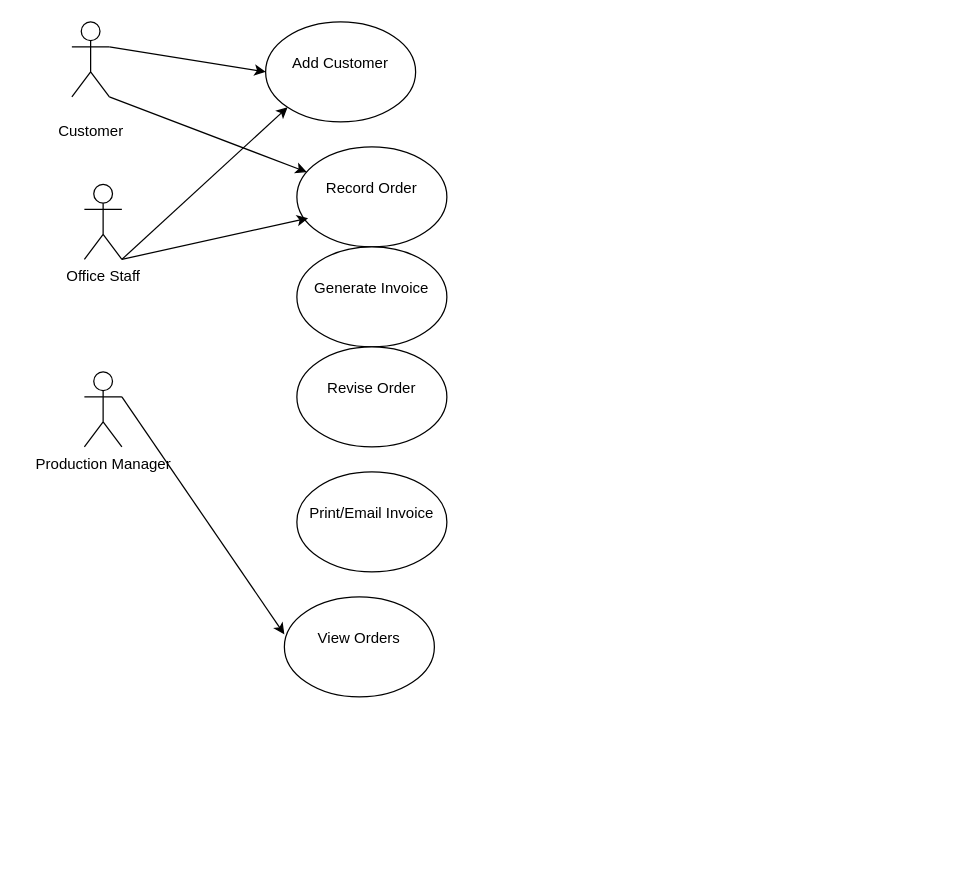
Above: Test_24042025.drawio in NgoAnhThanThien/thanthien123 (draw.io), before the change. Source tidied: cells renumbered, new cells numbered last; positions are measured from the earlier drawing's top-left corner, leaving out a move shared by most shapes. Both pictures are drawn from the tidied source at 125%, with x=0, y=0 at pixel (71, 21).
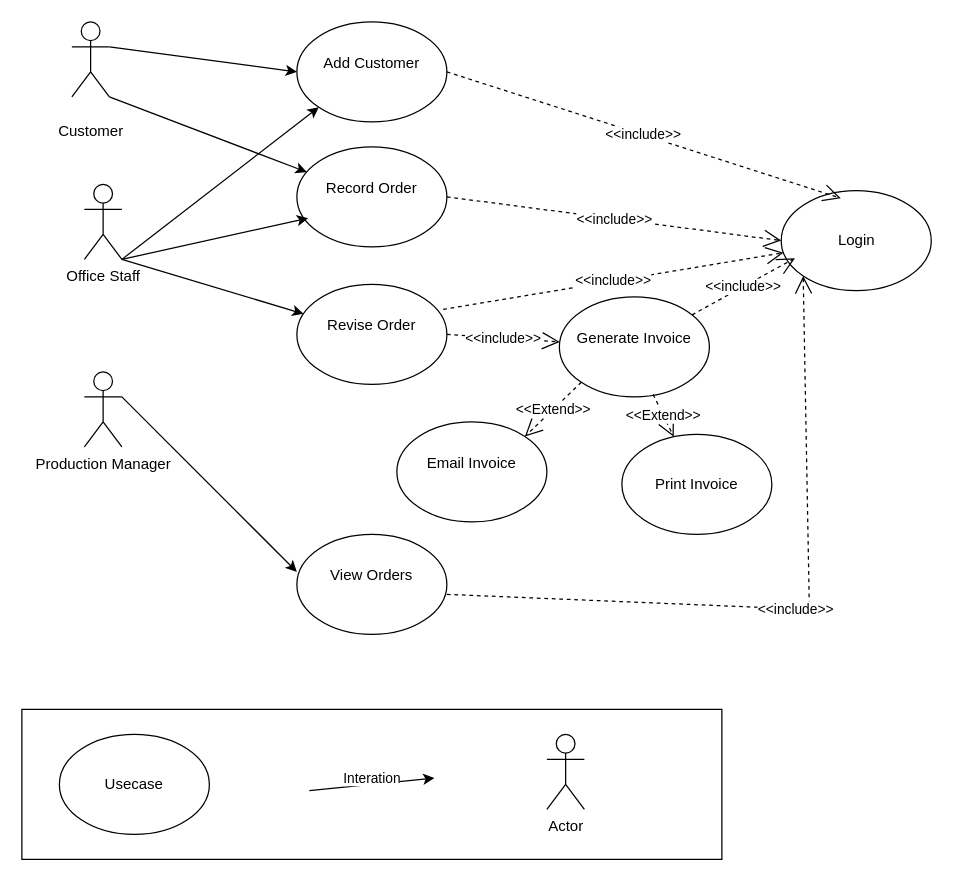
After the change.

Unchanged cells that the change refers to:
```xml
<mxCell id="3" value="Office Staff" style="shape=umlActor;verticalLabelPosition=bottom;verticalAlign=top;html=1;outlineConnect=0;" parent="1" vertex="1">
  <mxGeometry x="10" y="130" width="30" height="60" as="geometry" />
</mxCell>
<mxCell id="6" value="&#10;Record Order&#10;&#10;" style="ellipse;whiteSpace=wrap;html=1;" parent="1" vertex="1">
  <mxGeometry x="180" y="100" width="120" height="80" as="geometry" />
</mxCell>
```

The edit, as a diff of the source:
```diff
@@
     <mxCell id="5" value="&#10;Add Customer&#10;&#10;" style="ellipse;whiteSpace=wrap;html=1;" parent="1" vertex="1">
-      <mxGeometry x="155" width="120" height="80" as="geometry" />
+      <mxGeometry x="180" width="120" height="80" as="geometry" />
     </mxCell>
@@
     <mxCell id="7" value="&#10;Generate Invoice&#10;&#10;" style="ellipse;whiteSpace=wrap;html=1;" parent="1" vertex="1">
-      <mxGeometry x="180" y="180" width="120" height="80" as="geometry" />
+      <mxGeometry x="390" y="220" width="120" height="80" as="geometry" />
     </mxCell>
     <mxCell id="8" value="&#10;Revise Order&#10;&#10;" style="ellipse;whiteSpace=wrap;html=1;" parent="1" vertex="1">
-      <mxGeometry x="180" y="260" width="120" height="80" as="geometry" />
+      <mxGeometry x="180" y="210" width="120" height="80" as="geometry" />
     </mxCell>
-    <mxCell id="9" value="&#10;Print/Email Invoice&#10;&#10;" style="ellipse;whiteSpace=wrap;html=1;" parent="1" vertex="1">
-      <mxGeometry x="180" y="360" width="120" height="80" as="geometry" />
-    </mxCell>
     <mxCell id="10" value="&#10;View Orders&#10;&#10;" style="ellipse;whiteSpace=wrap;html=1;" parent="1" vertex="1">
-      <mxGeometry x="170" y="460" width="120" height="80" as="geometry" />
+      <mxGeometry x="180" y="410" width="120" height="80" as="geometry" />
     </mxCell>
@@
+    <mxCell id="16" style="endArrow=classic;html=1;rounded=0;exitX=1;exitY=1;exitDx=0;exitDy=0;exitPerimeter=0;" parent="1" edge="1" source="3" target="8">
+      <mxGeometry relative="1" as="geometry" />
+    </mxCell>
+    <mxCell id="17" value="&amp;lt;&amp;lt;include&amp;gt;&amp;gt;" style="endArrow=open;endSize=12;dashed=1;html=1;rounded=0;exitX=1;exitY=0.5;exitDx=0;exitDy=0;" parent="1" edge="1" source="8" target="7">
+      <mxGeometry relative="1" as="geometry" />
+    </mxCell>
+    <mxCell id="18" style="rounded=0;whiteSpace=wrap;html=1;" parent="1" vertex="1">
+      <mxGeometry x="-40" y="550" width="560" height="120" as="geometry" />
+    </mxCell>
+    <mxCell id="19" value="Usecase" style="ellipse;whiteSpace=wrap;html=1;" parent="1" vertex="1">
+      <mxGeometry x="-10" y="570" width="120" height="80" as="geometry" />
+    </mxCell>
+    <mxCell id="20" value="Interation" style="endArrow=classic;html=1;rounded=0;entryX=0.643;entryY=0.667;entryDx=0;entryDy=0;entryPerimeter=0;" parent="1" edge="1">
+      <mxGeometry x="0.01" y="5" relative="1" as="geometry">
+        <mxPoint x="190" y="615" as="sourcePoint" />
+        <mxPoint x="290" y="605" as="targetPoint" />
+      </mxGeometry>
+    </mxCell>
+    <mxCell id="21" value="Email Invoice&lt;div&gt;&lt;br/&gt;&lt;/div&gt;" style="ellipse;whiteSpace=wrap;html=1;" parent="1" vertex="1">
+      <mxGeometry x="260" y="320" width="120" height="80" as="geometry" />
+    </mxCell>
+    <mxCell id="22" value="&lt;br&gt;Print Invoice&lt;div&gt;&lt;br/&gt;&lt;/div&gt;" style="ellipse;whiteSpace=wrap;html=1;" parent="1" vertex="1">
+      <mxGeometry x="440" y="330" width="120" height="80" as="geometry" />
+    </mxCell>
+    <mxCell id="23" value="&amp;lt;&amp;lt;Extend&amp;gt;&amp;gt;" style="endArrow=open;endSize=12;dashed=1;html=1;rounded=0;exitX=0.625;exitY=0.975;exitDx=0;exitDy=0;exitPerimeter=0;" parent="1" edge="1" source="7" target="22">
+      <mxGeometry relative="1" as="geometry" />
+    </mxCell>
+    <mxCell id="24" value="&amp;lt;&amp;lt;Extend&amp;gt;&amp;gt;" style="endArrow=open;endSize=12;dashed=1;html=1;rounded=0;exitX=0;exitY=1;exitDx=0;exitDy=0;entryX=1;entryY=0;entryDx=0;entryDy=0;" parent="1" edge="1" source="7" target="21">
+      <mxGeometry relative="1" as="geometry" />
+    </mxCell>
+    <mxCell id="25" value="Actor" style="shape=umlActor;verticalLabelPosition=bottom;verticalAlign=top;html=1;" parent="1" vertex="1">
+      <mxGeometry x="380" y="570" width="30" height="60" as="geometry" />
+    </mxCell>
+    <mxCell id="26" value="Login" style="ellipse;whiteSpace=wrap;html=1;" parent="1" vertex="1">
+      <mxGeometry x="567.5" y="135" width="120" height="80" as="geometry" />
+    </mxCell>
+    <mxCell id="27" value="&amp;lt;&amp;lt;include&amp;gt;&amp;gt;" style="endArrow=open;endSize=12;dashed=1;html=1;rounded=0;exitX=0.975;exitY=0.25;exitDx=0;exitDy=0;exitPerimeter=0;" parent="1" edge="1" source="8" target="26">
+      <mxGeometry relative="1" as="geometry" />
+    </mxCell>
+    <mxCell id="28" value="&amp;lt;&amp;lt;include&amp;gt;&amp;gt;" style="endArrow=open;endSize=12;dashed=1;html=1;rounded=0;exitX=1;exitY=0.5;exitDx=0;exitDy=0;entryX=0;entryY=0.5;entryDx=0;entryDy=0;" parent="1" edge="1" source="6" target="26">
+      <mxGeometry relative="1" as="geometry" />
+    </mxCell>
+    <mxCell id="29" value="&amp;lt;&amp;lt;include&amp;gt;&amp;gt;" style="endArrow=open;endSize=12;dashed=1;html=1;rounded=0;exitX=1;exitY=0.5;exitDx=0;exitDy=0;entryX=0.397;entryY=0.076;entryDx=0;entryDy=0;entryPerimeter=0;" parent="1" edge="1" source="5" target="26">
+      <mxGeometry relative="1" as="geometry" />
+    </mxCell>
+    <mxCell id="30" value="&amp;lt;&amp;lt;include&amp;gt;&amp;gt;" style="endArrow=open;endSize=12;dashed=1;html=1;rounded=0;" parent="1" edge="1" source="7">
+      <mxGeometry relative="1" as="geometry">
+        <mxPoint x="578.5" y="189" as="targetPoint" />
+      </mxGeometry>
+    </mxCell>
+    <mxCell id="31" value="&amp;lt;&amp;lt;include&amp;gt;&amp;gt;" style="endArrow=open;endSize=12;dashed=1;html=1;rounded=0;exitX=1;exitY=0.6;exitDx=0;exitDy=0;entryX=0;entryY=1;entryDx=0;entryDy=0;exitPerimeter=0;" parent="1" edge="1" source="10" target="26">
+      <mxGeometry relative="1" as="geometry">
+        <Array as="points">
+          <mxPoint x="590" y="470" />
+        </Array>
+      </mxGeometry>
+    </mxCell>
```
